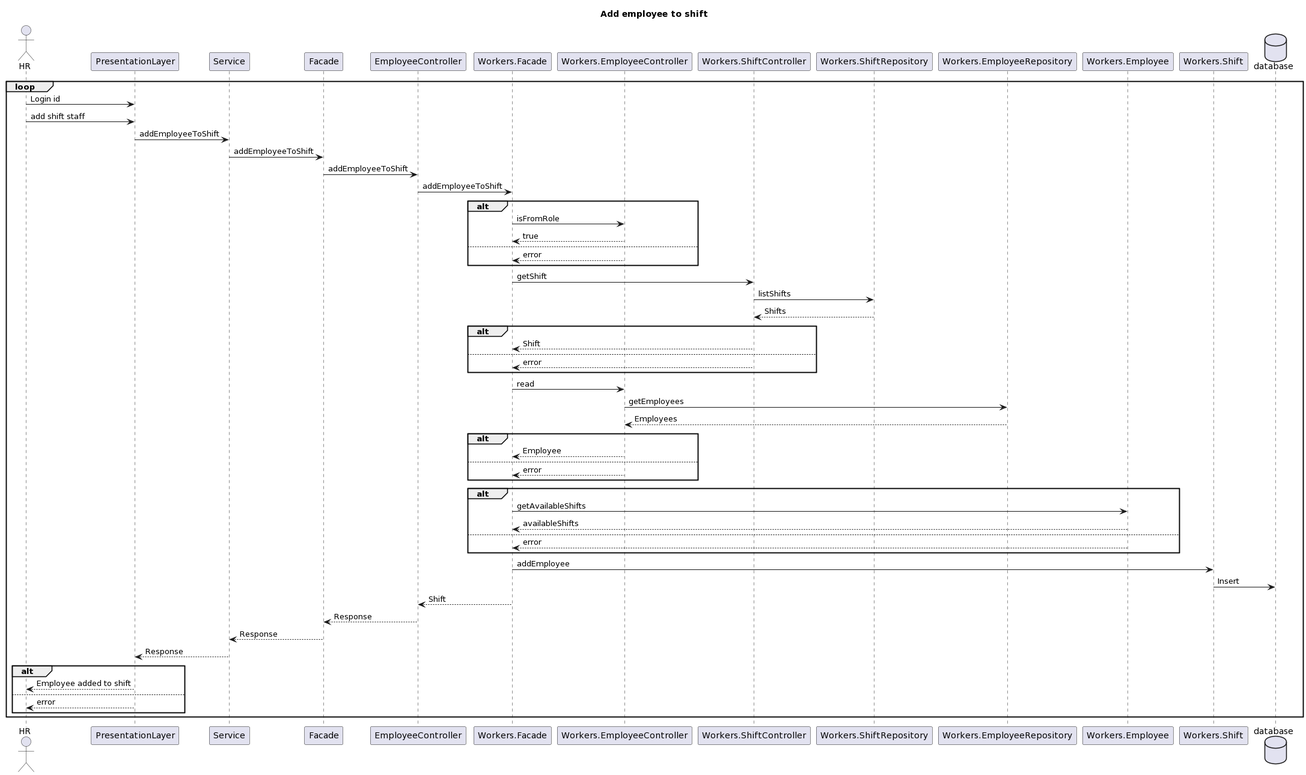
This is docs/Ass3/add_employee_to_shift.png from BatelBB/Analysis-Design-of-Software-Systems---Course-Prioject, a PlantUML export, as it was before one commit. The source it was exported from:
```plantuml
@startuml
title Add employee to shift
actor "HR" as hrm

loop
hrm -> PresentationLayer: Login id
hrm -> PresentationLayer: add shift staff
PresentationLayer -> Service : addEmployeeToShift
Service -> Facade : addEmployeeToShift
Facade-> EmployeeController : addEmployeeToShift
EmployeeController-> Workers.Facade: addEmployeeToShift
alt
Workers.Facade-> Workers.EmployeeController: isFromRole
Workers.Facade <-- Workers.EmployeeController: true
else
Workers.Facade <-- Workers.EmployeeController: error
end
Workers.Facade-> Workers.ShiftController: getShift
Workers.ShiftController-> Workers.ShiftRepository: listShifts
Workers.ShiftController <-- Workers.ShiftRepository: Shifts
alt
Workers.Facade <-- Workers.ShiftController: Shift
else
Workers.Facade <-- Workers.ShiftController: error
end
Workers.Facade-> Workers.EmployeeController: read
Workers.EmployeeController-> Workers.EmployeeRepository: getEmployees
Workers.EmployeeController<-- Workers.EmployeeRepository: Employees
alt
Workers.Facade <-- Workers.EmployeeController: Employee
else
Workers.Facade <-- Workers.EmployeeController: error
end
alt
Workers.Facade-> Workers.Employee: getAvailableShifts
Workers.Facade <-- Workers.Employee: availableShifts
else
Workers.Facade <-- Workers.Employee: error
end
Workers.Facade-> Workers.Shift: addEmployee
database "database" as db
Workers.Shift -> db: Insert
EmployeeController <-- Workers.Facade: Shift
Facade<-- EmployeeController : Response
Service <-- Facade : Response
PresentationLayer <-- Service : Response
alt
hrm <-- PresentationLayer : Employee added to shift
else
hrm<-- PresentationLayer : error
end
end
@enduml
```
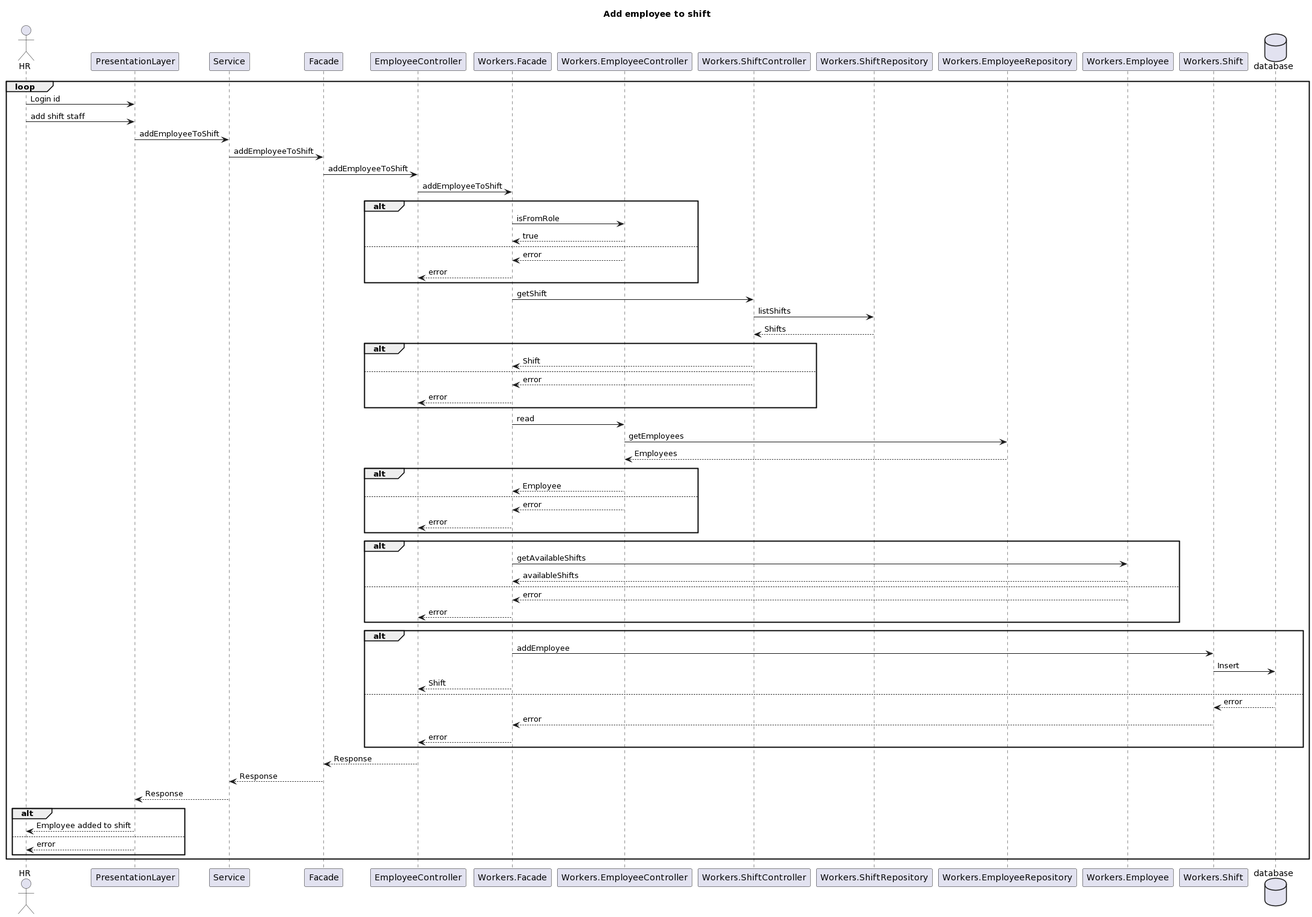
After the commit.

What changed in the source:
```diff
@@ -14,6 +14,7 @@
 Workers.Facade <-- Workers.EmployeeController: true
 else
 Workers.Facade <-- Workers.EmployeeController: error
+EmployeeController <-- Workers.Facade: error
 end
 Workers.Facade-> Workers.ShiftController: getShift
 Workers.ShiftController-> Workers.ShiftRepository: listShifts
@@ -22,6 +23,7 @@
 Workers.Facade <-- Workers.ShiftController: Shift
 else
 Workers.Facade <-- Workers.ShiftController: error
+EmployeeController <-- Workers.Facade: error
 end
 Workers.Facade-> Workers.EmployeeController: read
 Workers.EmployeeController-> Workers.EmployeeRepository: getEmployees
@@ -30,17 +32,25 @@
 Workers.Facade <-- Workers.EmployeeController: Employee
 else
 Workers.Facade <-- Workers.EmployeeController: error
+EmployeeController <-- Workers.Facade: error
 end
 alt
 Workers.Facade-> Workers.Employee: getAvailableShifts
 Workers.Facade <-- Workers.Employee: availableShifts
 else
 Workers.Facade <-- Workers.Employee: error
+EmployeeController <-- Workers.Facade: error
 end
+alt
 Workers.Facade-> Workers.Shift: addEmployee
 database "database" as db
 Workers.Shift -> db: Insert
 EmployeeController <-- Workers.Facade: Shift
+else
+Workers.Shift <-- db: error
+Workers.Facade <-- Workers.Shift: error
+EmployeeController <-- Workers.Facade: error
+end
 Facade<-- EmployeeController : Response
 Service <-- Facade : Response
 PresentationLayer <-- Service : Response
```
